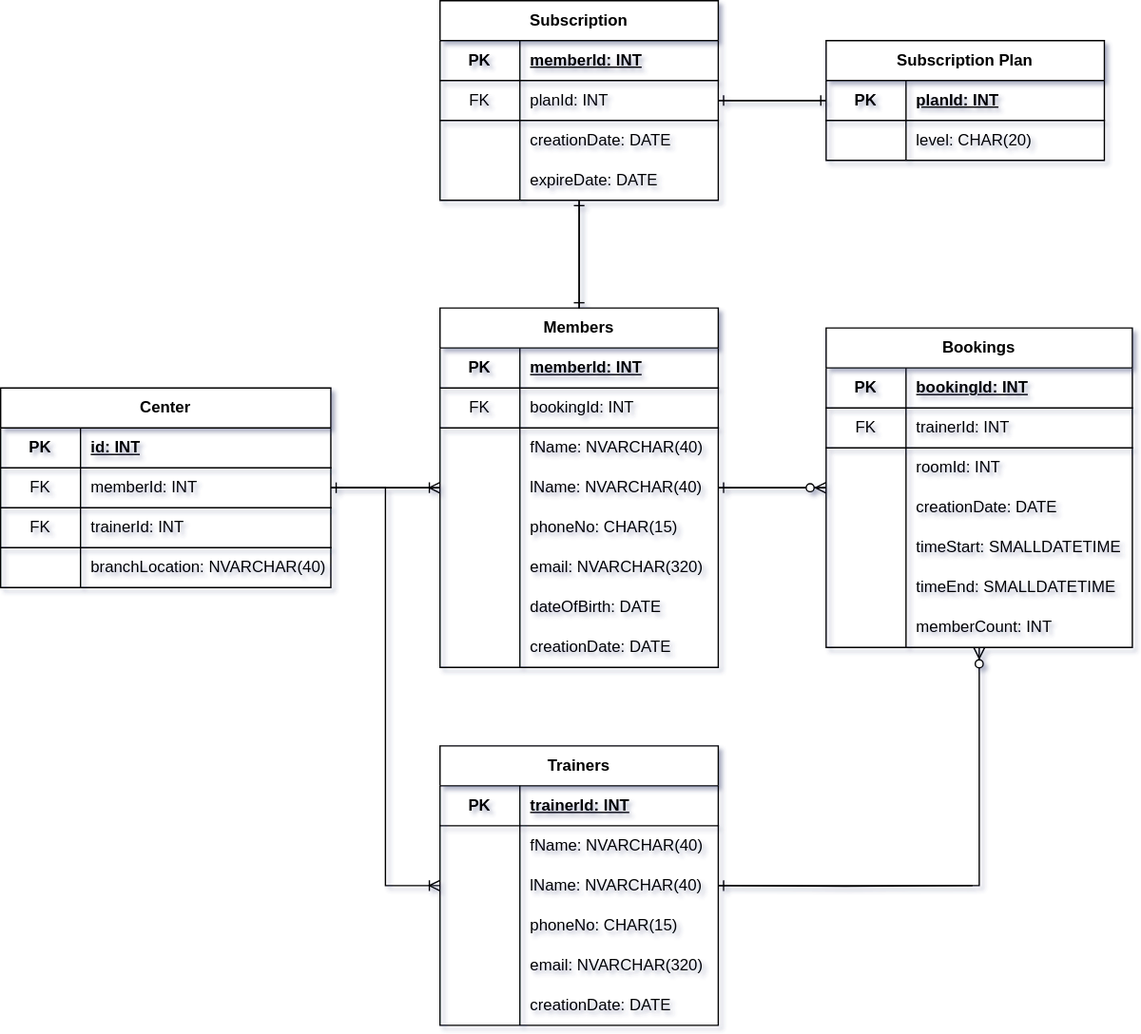
Above: RDS-diagram.svg in kleethesama/JumpForFunDB2 (draw.io), before the change. Source tidied: cells renumbered, new cells last; positions are measured from the earlier drawing's top-left corner, leaving out a move shared by most shapes.
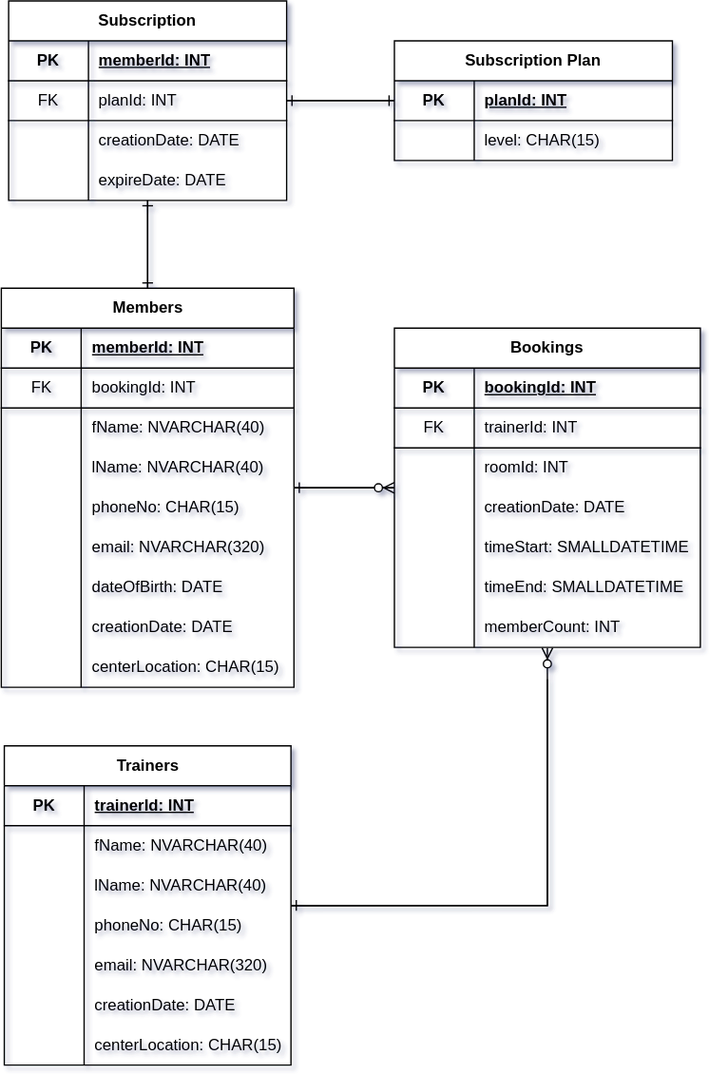
The same file after the commit.

Commit message:
Removing Center entity as it makes it more complex with little to no gain and adding a column for center location instead.

The edit, as a diff of the source:
```diff
@@ -5,6 +5,6 @@
     <mxCell id="2" value="Members" style="shape=table;startSize=30;rowLines=0;fontStyle=1;align=center;html=1;whiteSpace=wrap;" parent="1" vertex="1">
-      <mxGeometry x="330" y="231" width="209" height="270" as="geometry" />
+      <mxGeometry x="324.5" y="216" width="220" height="300" as="geometry" />
     </mxCell>
     <mxCell id="3" style="shape=tableRow;horizontal=0;startSize=0;swimlaneHead=0;swimlaneBody=0;fillColor=none;top=0;left=0;right=0;bottom=1;html=1;" parent="2" vertex="1">
-      <mxGeometry y="30" width="209" height="30" as="geometry" />
+      <mxGeometry y="30" width="220" height="30" as="geometry" />
     </mxCell>
@@ -14,6 +14,6 @@
     <mxCell id="5" value="memberId: INT" style="shape=partialRectangle;fillColor=none;top=0;left=0;bottom=0;right=0;align=left;spacingLeft=6;fontStyle=5;overflow=hidden;html=1;whiteSpace=wrap;" parent="3" vertex="1">
-      <mxGeometry x="60" width="149" height="30" as="geometry" />
+      <mxGeometry x="60" width="160" height="30" as="geometry" />
     </mxCell>
     <mxCell id="6" style="shape=tableRow;horizontal=0;startSize=0;swimlaneHead=0;swimlaneBody=0;fillColor=none;top=0;left=0;right=0;bottom=1;html=1;" parent="2" vertex="1">
-      <mxGeometry y="60" width="209" height="30" as="geometry" />
+      <mxGeometry y="60" width="220" height="30" as="geometry" />
     </mxCell>
@@ -23,6 +23,6 @@
     <mxCell id="8" value="bookingId: INT" style="shape=partialRectangle;fillColor=none;top=0;left=0;bottom=0;right=0;align=left;spacingLeft=6;fontStyle=0;overflow=hidden;html=1;whiteSpace=wrap;" parent="6" vertex="1">
-      <mxGeometry x="60" width="149" height="30" as="geometry" />
+      <mxGeometry x="60" width="160" height="30" as="geometry" />
     </mxCell>
     <mxCell id="9" style="shape=tableRow;horizontal=0;startSize=0;swimlaneHead=0;swimlaneBody=0;fillColor=none;top=0;left=0;right=0;bottom=0;html=1;" parent="2" vertex="1">
-      <mxGeometry y="90" width="209" height="30" as="geometry" />
+      <mxGeometry y="90" width="220" height="30" as="geometry" />
     </mxCell>
@@ -32,6 +32,6 @@
     <mxCell id="11" value="fName: NVARCHAR(40)" style="shape=partialRectangle;fillColor=none;top=0;left=0;bottom=0;right=0;align=left;spacingLeft=6;overflow=hidden;html=1;whiteSpace=wrap;" parent="9" vertex="1">
-      <mxGeometry x="60" width="149" height="30" as="geometry" />
+      <mxGeometry x="60" width="160" height="30" as="geometry" />
     </mxCell>
     <mxCell id="12" style="shape=tableRow;horizontal=0;startSize=0;swimlaneHead=0;swimlaneBody=0;fillColor=none;top=0;left=0;right=0;bottom=0;html=1;" parent="2" vertex="1">
-      <mxGeometry y="120" width="209" height="30" as="geometry" />
+      <mxGeometry y="120" width="220" height="30" as="geometry" />
     </mxCell>
@@ -41,6 +41,6 @@
     <mxCell id="14" value="lName: NVARCHAR(40)" style="shape=partialRectangle;fillColor=none;top=0;left=0;bottom=0;right=0;align=left;spacingLeft=6;overflow=hidden;html=1;whiteSpace=wrap;" parent="12" vertex="1">
-      <mxGeometry x="60" width="149" height="30" as="geometry" />
+      <mxGeometry x="60" width="160" height="30" as="geometry" />
     </mxCell>
     <mxCell id="15" style="shape=tableRow;horizontal=0;startSize=0;swimlaneHead=0;swimlaneBody=0;fillColor=none;top=0;left=0;right=0;bottom=0;html=1;" parent="2" vertex="1">
-      <mxGeometry y="150" width="209" height="30" as="geometry" />
+      <mxGeometry y="150" width="220" height="30" as="geometry" />
     </mxCell>
@@ -50,6 +50,6 @@
     <mxCell id="17" value="phoneNo: CHAR(15)" style="shape=partialRectangle;fillColor=none;top=0;left=0;bottom=0;right=0;align=left;spacingLeft=6;overflow=hidden;html=1;whiteSpace=wrap;" parent="15" vertex="1">
-      <mxGeometry x="60" width="149" height="30" as="geometry" />
+      <mxGeometry x="60" width="160" height="30" as="geometry" />
     </mxCell>
     <mxCell id="18" style="shape=tableRow;horizontal=0;startSize=0;swimlaneHead=0;swimlaneBody=0;fillColor=none;top=0;left=0;right=0;bottom=0;html=1;" parent="2" vertex="1">
-      <mxGeometry y="180" width="209" height="30" as="geometry" />
+      <mxGeometry y="180" width="220" height="30" as="geometry" />
     </mxCell>
@@ -59,6 +59,6 @@
     <mxCell id="20" value="email: NVARCHAR(320)" style="shape=partialRectangle;fillColor=none;top=0;left=0;bottom=0;right=0;align=left;spacingLeft=6;overflow=hidden;html=1;whiteSpace=wrap;" parent="18" vertex="1">
-      <mxGeometry x="60" width="149" height="30" as="geometry" />
+      <mxGeometry x="60" width="160" height="30" as="geometry" />
     </mxCell>
     <mxCell id="21" style="shape=tableRow;horizontal=0;startSize=0;swimlaneHead=0;swimlaneBody=0;fillColor=none;top=0;left=0;right=0;bottom=0;html=1;" parent="2" vertex="1">
-      <mxGeometry y="210" width="209" height="30" as="geometry" />
+      <mxGeometry y="210" width="220" height="30" as="geometry" />
     </mxCell>
@@ -68,6 +68,6 @@
     <mxCell id="23" value="dateOfBirth: DATE" style="shape=partialRectangle;fillColor=none;top=0;left=0;bottom=0;right=0;align=left;spacingLeft=6;overflow=hidden;html=1;whiteSpace=wrap;" parent="21" vertex="1">
-      <mxGeometry x="60" width="149" height="30" as="geometry" />
+      <mxGeometry x="60" width="160" height="30" as="geometry" />
     </mxCell>
     <mxCell id="24" style="shape=tableRow;horizontal=0;startSize=0;swimlaneHead=0;swimlaneBody=0;fillColor=none;top=0;left=0;right=0;bottom=0;html=1;" parent="2" vertex="1">
-      <mxGeometry y="240" width="209" height="30" as="geometry" />
+      <mxGeometry y="240" width="220" height="30" as="geometry" />
     </mxCell>
@@ -77,43 +77,13 @@
     <mxCell id="26" value="creationDate: DATE" style="shape=partialRectangle;fillColor=none;top=0;left=0;bottom=0;right=0;align=left;spacingLeft=6;overflow=hidden;html=1;whiteSpace=wrap;" parent="24" vertex="1">
-      <mxGeometry x="60" width="149" height="30" as="geometry" />
+      <mxGeometry x="60" width="160" height="30" as="geometry" />
     </mxCell>
-    <mxCell id="27" value="Center" style="shape=table;startSize=30;rowLines=0;fontStyle=1;align=center;html=1;whiteSpace=wrap;" parent="1" vertex="1">
-      <mxGeometry y="291" width="248" height="150" as="geometry" />
-    </mxCell>
-    <mxCell id="28" style="shape=tableRow;horizontal=0;startSize=0;swimlaneHead=0;swimlaneBody=0;fillColor=none;top=0;left=0;right=0;bottom=1;html=1;" parent="27" vertex="1">
-      <mxGeometry y="30" width="248" height="30" as="geometry" />
-    </mxCell>
-    <mxCell id="29" value="PK" style="shape=partialRectangle;fillColor=none;top=0;left=0;bottom=0;right=0;fontStyle=1;overflow=hidden;html=1;whiteSpace=wrap;" parent="28" vertex="1">
-      <mxGeometry width="60" height="30" as="geometry" />
-    </mxCell>
-    <mxCell id="30" value="id: INT" style="shape=partialRectangle;fillColor=none;top=0;left=0;bottom=0;right=0;align=left;spacingLeft=6;fontStyle=5;overflow=hidden;html=1;whiteSpace=wrap;" parent="28" vertex="1">
-      <mxGeometry x="60" width="188" height="30" as="geometry" />
-    </mxCell>
-    <mxCell id="31" style="shape=tableRow;horizontal=0;startSize=0;swimlaneHead=0;swimlaneBody=0;fillColor=none;points=[[0,0.5],[1,0.5]];portConstraint=eastwest;top=0;left=0;right=0;bottom=1;html=1;" parent="27" vertex="1">
-      <mxGeometry y="60" width="248" height="30" as="geometry" />
-    </mxCell>
-    <mxCell id="32" value="FK" style="shape=partialRectangle;fillColor=none;top=0;left=0;bottom=0;right=0;fontStyle=0;overflow=hidden;html=1;whiteSpace=wrap;" parent="31" vertex="1">
-      <mxGeometry width="60" height="30" as="geometry" />
-    </mxCell>
-    <mxCell id="33" value="memberId: INT" style="shape=partialRectangle;fillColor=none;top=0;left=0;bottom=0;right=0;align=left;spacingLeft=6;fontStyle=0;overflow=hidden;html=1;whiteSpace=wrap;" parent="31" vertex="1">
-      <mxGeometry x="60" width="188" height="30" as="geometry" />
-    </mxCell>
-    <mxCell id="34" style="shape=tableRow;horizontal=0;startSize=0;swimlaneHead=0;swimlaneBody=0;fillColor=none;top=0;left=0;right=0;bottom=1;html=1;" parent="27" vertex="1">
-      <mxGeometry y="90" width="248" height="30" as="geometry" />
-    </mxCell>
-    <mxCell id="35" value="FK" style="shape=partialRectangle;fillColor=none;top=0;left=0;bottom=0;right=0;fontStyle=0;overflow=hidden;html=1;whiteSpace=wrap;" parent="34" vertex="1">
-      <mxGeometry width="60" height="30" as="geometry" />
-    </mxCell>
-    <mxCell id="36" value="trainerId: INT" style="shape=partialRectangle;fillColor=none;top=0;left=0;bottom=0;right=0;align=left;spacingLeft=6;fontStyle=0;overflow=hidden;html=1;whiteSpace=wrap;" parent="34" vertex="1">
-      <mxGeometry x="60" width="188" height="30" as="geometry" />
-    </mxCell>
-    <mxCell id="37" style="shape=tableRow;horizontal=0;startSize=0;swimlaneHead=0;swimlaneBody=0;fillColor=none;top=0;left=0;right=0;bottom=0;html=1;" parent="27" vertex="1">
-      <mxGeometry y="120" width="248" height="30" as="geometry" />
-    </mxCell>
-    <mxCell id="38" style="shape=partialRectangle;fillColor=none;top=0;left=0;bottom=0;right=0;overflow=hidden;html=1;whiteSpace=wrap;" parent="37" vertex="1">
-      <mxGeometry width="60" height="30" as="geometry" />
-    </mxCell>
-    <mxCell id="39" value="branchLocation: NVARCHAR(40)" style="shape=partialRectangle;fillColor=none;top=0;left=0;bottom=0;right=0;align=left;spacingLeft=6;overflow=hidden;html=1;whiteSpace=wrap;" parent="37" vertex="1">
-      <mxGeometry x="60" width="188" height="30" as="geometry" />
-    </mxCell>
+    <mxCell id="112" style="shape=tableRow;horizontal=0;startSize=0;swimlaneHead=0;swimlaneBody=0;fillColor=none;top=0;left=0;right=0;bottom=0;html=1;" parent="2" vertex="1">
+      <mxGeometry y="270" width="220" height="30" as="geometry" />
+    </mxCell>
+    <mxCell id="113" style="shape=partialRectangle;fillColor=none;top=0;left=0;bottom=0;right=0;overflow=hidden;html=1;whiteSpace=wrap;" parent="112" vertex="1">
+      <mxGeometry width="60" height="30" as="geometry" />
+    </mxCell>
+    <mxCell id="114" value="centerLocation: CHAR(15)" style="shape=partialRectangle;fillColor=none;top=0;left=0;bottom=0;right=0;align=left;spacingLeft=6;overflow=hidden;html=1;whiteSpace=wrap;" parent="112" vertex="1">
+      <mxGeometry x="60" width="160" height="30" as="geometry" />
+    </mxCell>
     <mxCell id="40" value="Bookings" style="shape=table;startSize=30;rowLines=0;fontStyle=1;align=center;html=1;whiteSpace=wrap;" parent="1" vertex="1">
@@ -190,8 +160,2 @@
     </mxCell>
-    <mxCell id="64" style="edgeStyle=entityRelationEdgeStyle;fontSize=12;html=1;endArrow=ERoneToMany;rounded=0;" parent="1" edge="1" source="27" target="2">
-      <mxGeometry relative="1" as="geometry" />
-    </mxCell>
-    <mxCell id="65" style="edgeStyle=entityRelationEdgeStyle;fontSize=12;html=1;endArrow=ERone;endFill=1;rounded=0;" parent="1" edge="1" source="2" target="27">
-      <mxGeometry relative="1" as="geometry" />
-    </mxCell>
     <mxCell id="66" value="Subscription" style="shape=table;startSize=30;rowLines=0;fontStyle=1;align=center;html=1;whiteSpace=wrap;" parent="1" vertex="1">
@@ -253,3 +217,3 @@
     </mxCell>
-    <mxCell id="85" value="level: CHAR(20)" style="shape=partialRectangle;fillColor=none;top=0;left=0;bottom=0;right=0;align=left;spacingLeft=6;overflow=hidden;html=1;whiteSpace=wrap;" parent="83" vertex="1">
+    <mxCell id="85" value="level: CHAR(15)" style="shape=partialRectangle;fillColor=none;top=0;left=0;bottom=0;right=0;align=left;spacingLeft=6;overflow=hidden;html=1;whiteSpace=wrap;" parent="83" vertex="1">
       <mxGeometry x="60" width="149" height="30" as="geometry" />
@@ -257,6 +221,6 @@
     <mxCell id="86" value="Trainers" style="shape=table;startSize=30;rowLines=0;fontStyle=1;align=center;html=1;whiteSpace=wrap;" parent="1" vertex="1">
-      <mxGeometry x="330" y="560" width="209" height="210" as="geometry" />
+      <mxGeometry x="326.8" y="560" width="215.5" height="240" as="geometry" />
     </mxCell>
     <mxCell id="87" style="shape=tableRow;horizontal=0;startSize=0;swimlaneHead=0;swimlaneBody=0;fillColor=none;top=0;left=0;right=0;bottom=1;html=1;" parent="86" vertex="1">
-      <mxGeometry y="30" width="209" height="30" as="geometry" />
+      <mxGeometry y="30" width="215.5" height="30" as="geometry" />
     </mxCell>
@@ -266,6 +230,6 @@
     <mxCell id="89" value="trainerId: INT" style="shape=partialRectangle;fillColor=none;top=0;left=0;bottom=0;right=0;align=left;spacingLeft=6;fontStyle=5;overflow=hidden;html=1;whiteSpace=wrap;" parent="87" vertex="1">
-      <mxGeometry x="60" width="149" height="30" as="geometry" />
+      <mxGeometry x="60" width="155.5" height="30" as="geometry" />
     </mxCell>
     <mxCell id="90" style="shape=tableRow;horizontal=0;startSize=0;swimlaneHead=0;swimlaneBody=0;fillColor=none;top=0;left=0;right=0;bottom=0;html=1;" parent="86" vertex="1">
-      <mxGeometry y="60" width="209" height="30" as="geometry" />
+      <mxGeometry y="60" width="215.5" height="30" as="geometry" />
     </mxCell>
@@ -275,6 +239,6 @@
     <mxCell id="92" value="fName: NVARCHAR(40)" style="shape=partialRectangle;fillColor=none;top=0;left=0;bottom=0;right=0;align=left;spacingLeft=6;overflow=hidden;html=1;whiteSpace=wrap;" parent="90" vertex="1">
-      <mxGeometry x="60" width="149" height="30" as="geometry" />
+      <mxGeometry x="60" width="155.5" height="30" as="geometry" />
     </mxCell>
     <mxCell id="93" style="shape=tableRow;horizontal=0;startSize=0;swimlaneHead=0;swimlaneBody=0;fillColor=none;points=[[0,0.5],[1,0.5]];portConstraint=eastwest;top=0;left=0;right=0;bottom=0;html=1;" parent="86" vertex="1">
-      <mxGeometry y="90" width="209" height="30" as="geometry" />
+      <mxGeometry y="90" width="215.5" height="30" as="geometry" />
     </mxCell>
@@ -284,6 +248,6 @@
     <mxCell id="95" value="lName: NVARCHAR(40)" style="shape=partialRectangle;fillColor=none;top=0;left=0;bottom=0;right=0;align=left;spacingLeft=6;overflow=hidden;html=1;whiteSpace=wrap;" parent="93" vertex="1">
-      <mxGeometry x="60" width="149" height="30" as="geometry" />
+      <mxGeometry x="60" width="155.5" height="30" as="geometry" />
     </mxCell>
     <mxCell id="96" style="shape=tableRow;horizontal=0;startSize=0;swimlaneHead=0;swimlaneBody=0;fillColor=none;top=0;left=0;right=0;bottom=0;html=1;" parent="86" vertex="1">
-      <mxGeometry y="120" width="209" height="30" as="geometry" />
+      <mxGeometry y="120" width="215.5" height="30" as="geometry" />
     </mxCell>
@@ -293,6 +257,6 @@
     <mxCell id="98" value="phoneNo: CHAR(15)" style="shape=partialRectangle;fillColor=none;top=0;left=0;bottom=0;right=0;align=left;spacingLeft=6;overflow=hidden;html=1;whiteSpace=wrap;" parent="96" vertex="1">
-      <mxGeometry x="60" width="149" height="30" as="geometry" />
+      <mxGeometry x="60" width="155.5" height="30" as="geometry" />
     </mxCell>
     <mxCell id="99" style="shape=tableRow;horizontal=0;startSize=0;swimlaneHead=0;swimlaneBody=0;fillColor=none;top=0;left=0;right=0;bottom=0;html=1;" parent="86" vertex="1">
-      <mxGeometry y="150" width="209" height="30" as="geometry" />
+      <mxGeometry y="150" width="215.5" height="30" as="geometry" />
     </mxCell>
@@ -302,6 +266,6 @@
     <mxCell id="101" value="email: NVARCHAR(320)" style="shape=partialRectangle;fillColor=none;top=0;left=0;bottom=0;right=0;align=left;spacingLeft=6;overflow=hidden;html=1;whiteSpace=wrap;" parent="99" vertex="1">
-      <mxGeometry x="60" width="149" height="30" as="geometry" />
+      <mxGeometry x="60" width="155.5" height="30" as="geometry" />
     </mxCell>
     <mxCell id="102" style="shape=tableRow;horizontal=0;startSize=0;swimlaneHead=0;swimlaneBody=0;fillColor=none;top=0;left=0;right=0;bottom=0;html=1;" parent="86" vertex="1">
-      <mxGeometry y="180" width="209" height="30" as="geometry" />
+      <mxGeometry y="180" width="215.5" height="30" as="geometry" />
     </mxCell>
@@ -311,7 +275,13 @@
     <mxCell id="104" value="creationDate: DATE" style="shape=partialRectangle;fillColor=none;top=0;left=0;bottom=0;right=0;align=left;spacingLeft=6;overflow=hidden;html=1;whiteSpace=wrap;" parent="102" vertex="1">
-      <mxGeometry x="60" width="149" height="30" as="geometry" />
+      <mxGeometry x="60" width="155.5" height="30" as="geometry" />
     </mxCell>
-    <mxCell id="105" style="edgeStyle=orthogonalEdgeStyle;fontSize=12;html=1;endArrow=ERoneToMany;rounded=0;entryX=0;entryY=0.5;entryDx=0;entryDy=0;" parent="1" edge="1" source="31" target="93">
-      <mxGeometry relative="1" as="geometry" />
-    </mxCell>
+    <mxCell id="115" style="shape=tableRow;horizontal=0;startSize=0;swimlaneHead=0;swimlaneBody=0;fillColor=none;top=0;left=0;right=0;bottom=0;html=1;" parent="86" vertex="1">
+      <mxGeometry y="210" width="215.5" height="30" as="geometry" />
+    </mxCell>
+    <mxCell id="116" style="shape=partialRectangle;fillColor=none;top=0;left=0;bottom=0;right=0;overflow=hidden;html=1;whiteSpace=wrap;" parent="115" vertex="1">
+      <mxGeometry width="60" height="30" as="geometry" />
+    </mxCell>
+    <mxCell id="117" value="centerLocation: CHAR(15)" style="shape=partialRectangle;fillColor=none;top=0;left=0;bottom=0;right=0;align=left;spacingLeft=6;overflow=hidden;html=1;whiteSpace=wrap;" parent="115" vertex="1">
+      <mxGeometry x="60" width="155.5" height="30" as="geometry" />
+    </mxCell>
     <mxCell id="106" style="edgeStyle=orthogonalEdgeStyle;fontSize=12;html=1;endArrow=ERzeroToMany;endFill=1;rounded=0;snapToPoint=1;anchorPointDirection=0;elbow=vertical;" parent="1" edge="1" source="86" target="40">
@@ -321,3 +291,6 @@
       <mxGeometry relative="1" as="geometry">
-        <mxPoint x="730" y="665" as="sourcePoint" />
+        <mxPoint x="735" y="510" as="sourcePoint" />
+        <Array as="points">
+          <mxPoint x="735" y="680" />
+        </Array>
       </mxGeometry>
```
